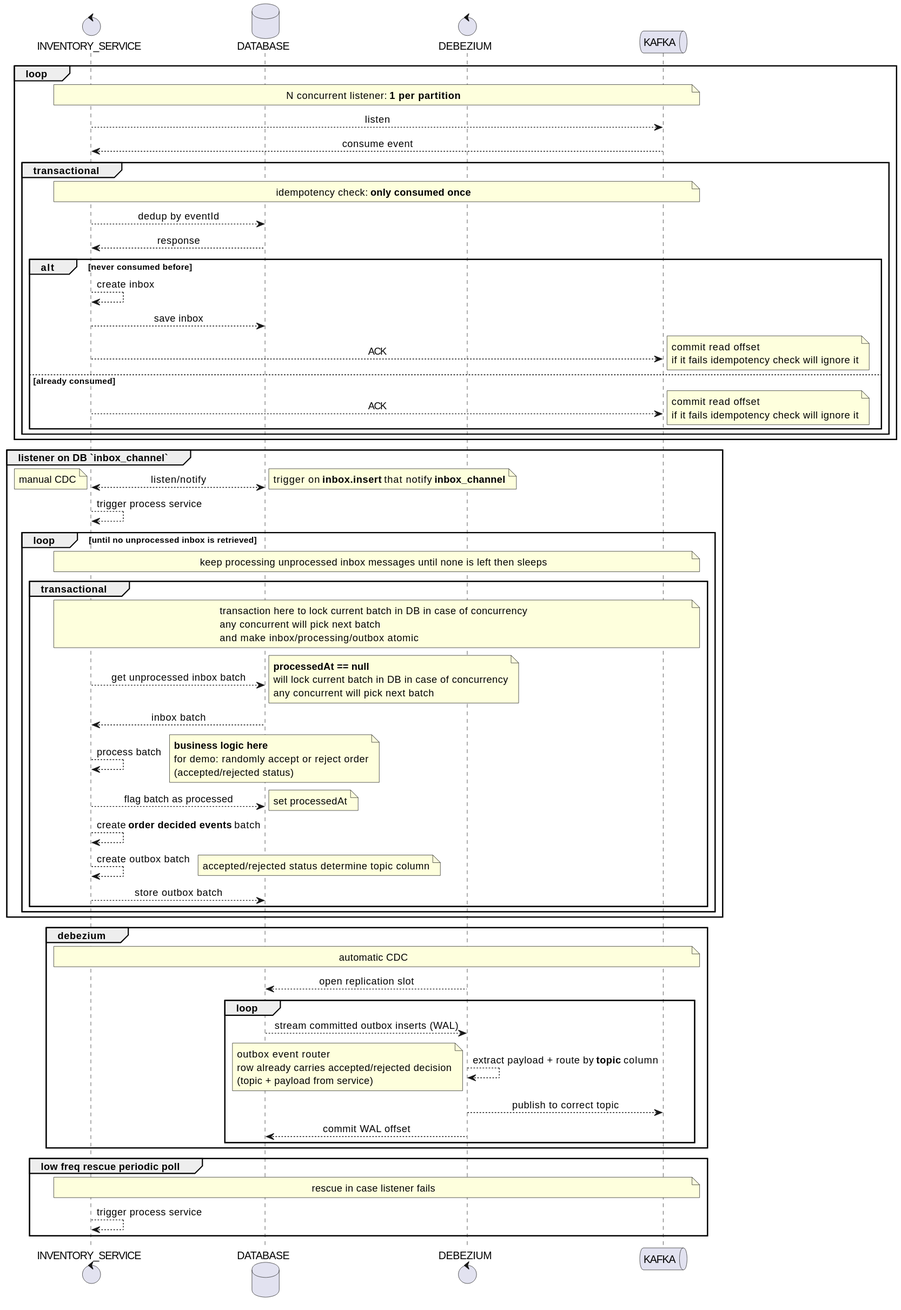
This is docs/inventory_service_seq.svg from 7mza/kafka-demo, a PlantUML export, as it was before one commit.
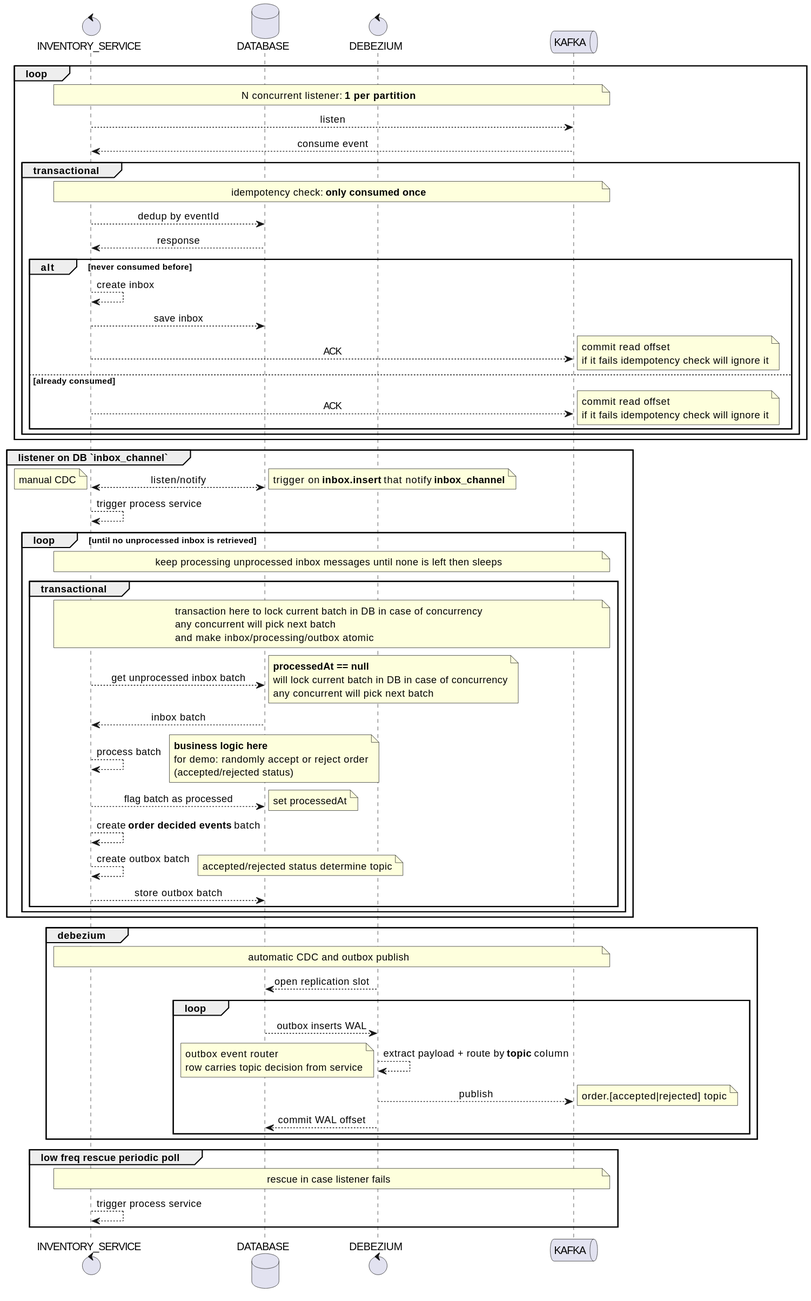
Above is the later version.

The edit, as a diff of the source:
```diff
@@ -44,20 +44,21 @@
             note right: set processedAt
             SERVICE --> SERVICE: create **order decided events** batch
             SERVICE --> SERVICE: create outbox batch
-            note right: accepted/rejected status determine topic column
+            note right: accepted/rejected status determine topic
             SERVICE --> DB: store outbox batch
         end
     end
 end
 
 group debezium
-    note across: automatic CDC
+    note across: automatic CDC and outbox publish
     Z --> DB: open replication slot
     loop
-        DB --> Z: stream committed outbox inserts (WAL)
+        DB --> Z: outbox inserts WAL
         Z --> Z: extract payload + route by **topic** column
-        note left: outbox event router\nrow already carries accepted/rejected decision\n(topic + payload from service)
-        Z --> K: publish to correct topic
+        note left: outbox event router\nrow carries topic decision from service
+        Z --> K: publish
+        note right: order.[accepted|rejected] topic
         Z --> DB: commit WAL offset
     end
 end
```
